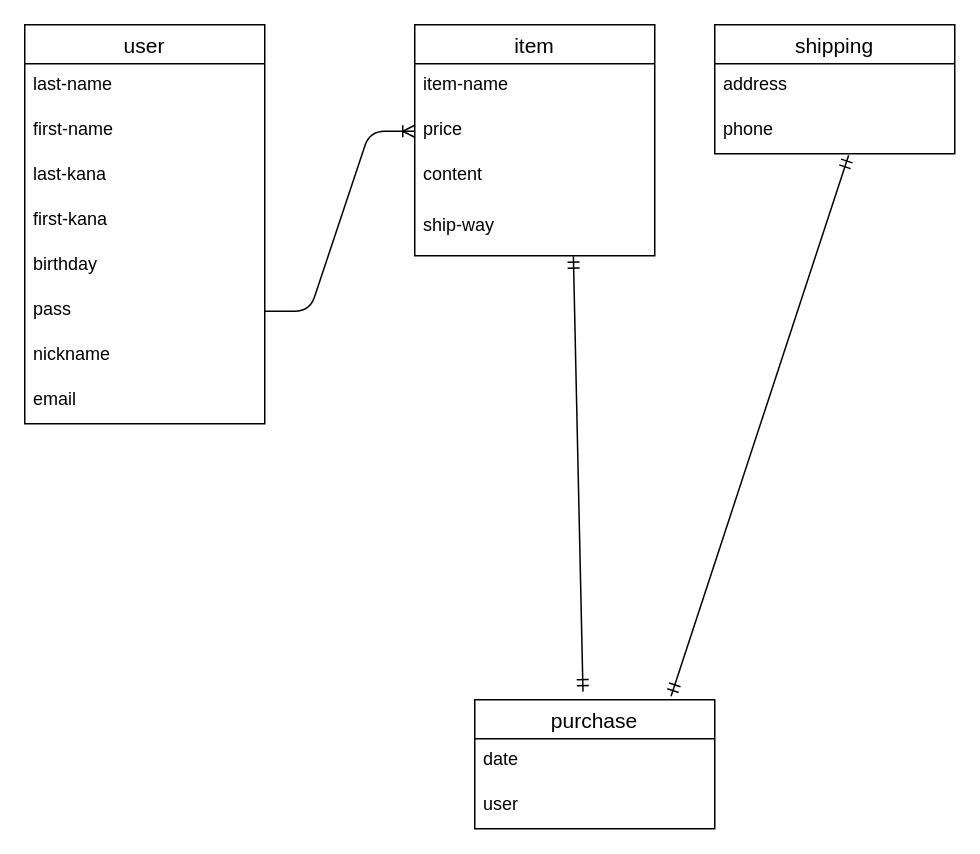
Above: er.dio in ericaohashi/furima-37450 (draw.io), before the change. Source tidied: cells renumbered, new cells numbered last; positions are measured from the earlier drawing's top-left corner, leaving out a move shared by most shapes. Both pictures are drawn from the tidied source at 150%, with x=0, y=0 at pixel (24, 24).
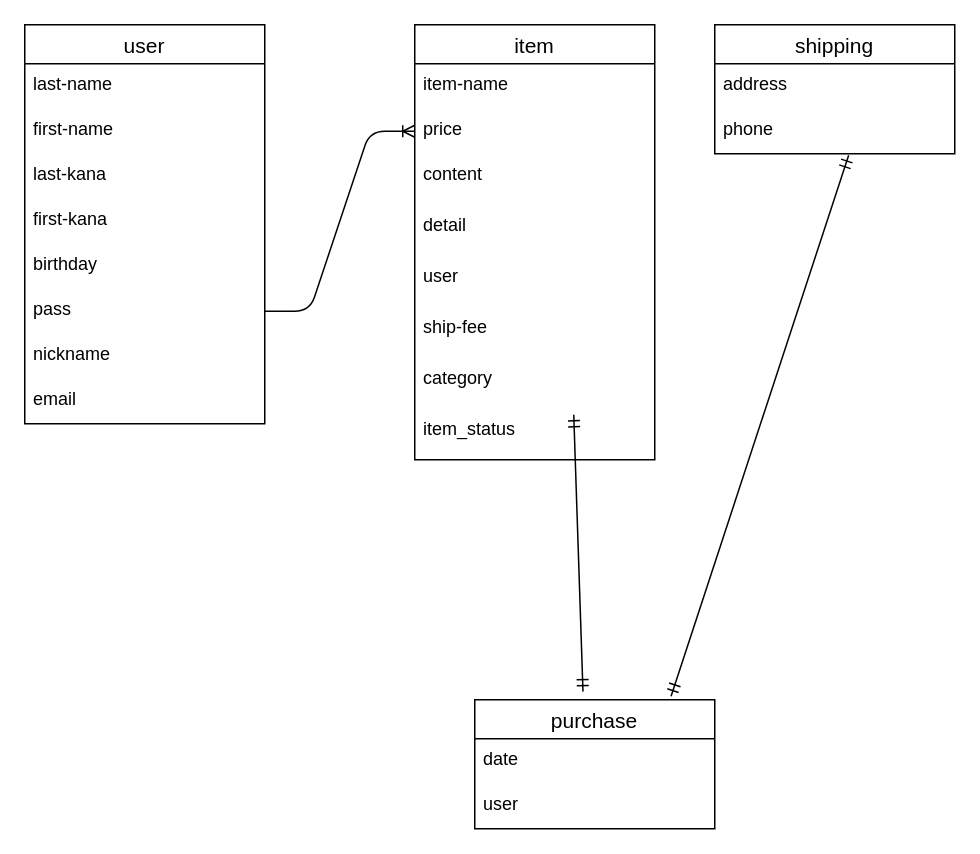
After the change.

Commit message (it also covers changes not shown here):
データベースの修正２

https://gyazo.com/66e829eb712d8b6fdf33384696e24365

The change refers to these unchanged cells:
```xml
<mxCell id="19" value="purchase" style="swimlane;fontStyle=0;horizontal=1;startSize=26;align=center;fontSize=14;" parent="1" vertex="1">
  <mxGeometry x="300" y="450" width="160" height="86" as="geometry" />
</mxCell>
```

The edit, as a diff of the source:
```diff
@@
     <mxCell id="11" value="item" style="swimlane;fontStyle=0;horizontal=1;startSize=26;align=center;fontSize=14;" parent="1" vertex="1">
-      <mxGeometry x="260" width="160" height="154" as="geometry" />
+      <mxGeometry x="260" width="160" height="290" as="geometry" />
     </mxCell>
@@
+    <mxCell id="25" value="content" style="text;strokeColor=none;fillColor=none;spacingLeft=4;spacingRight=4;overflow=hidden;fontSize=12;" parent="11" vertex="1">
+      <mxGeometry y="86" width="160" height="34" as="geometry" />
+    </mxCell>
+    <mxCell id="26" value="detail" style="text;strokeColor=none;fillColor=none;spacingLeft=4;spacingRight=4;overflow=hidden;fontSize=12;" parent="11" vertex="1">
+      <mxGeometry y="120" width="160" height="34" as="geometry" />
+    </mxCell>
-    <mxCell id="14" value="content" style="text;strokeColor=none;fillColor=none;spacingLeft=4;spacingRight=4;overflow=hidden;fontSize=12;" parent="11" vertex="1">
-      <mxGeometry y="86" width="160" height="34" as="geometry" />
+    <mxCell id="14" value="user" style="text;strokeColor=none;fillColor=none;spacingLeft=4;spacingRight=4;overflow=hidden;fontSize=12;" parent="11" vertex="1">
+      <mxGeometry y="154" width="160" height="34" as="geometry" />
     </mxCell>
-    <mxCell id="15" value="ship-way" style="text;strokeColor=none;fillColor=none;spacingLeft=4;spacingRight=4;overflow=hidden;points=[[0,0.5],[1,0.5]];portConstraint=eastwest;fontSize=12;" parent="11" vertex="1">
-      <mxGeometry y="120" width="160" height="34" as="geometry" />
-    </mxCell>
+    <mxCell id="27" value="ship-fee" style="text;strokeColor=none;fillColor=none;spacingLeft=4;spacingRight=4;overflow=hidden;fontSize=12;" parent="11" vertex="1">
+      <mxGeometry y="188" width="160" height="34" as="geometry" />
+    </mxCell>
+    <mxCell id="28" value="category" style="text;strokeColor=none;fillColor=none;spacingLeft=4;spacingRight=4;overflow=hidden;fontSize=12;" parent="11" vertex="1">
+      <mxGeometry y="222" width="160" height="34" as="geometry" />
+    </mxCell>
+    <mxCell id="29" value="item_status" style="text;strokeColor=none;fillColor=none;spacingLeft=4;spacingRight=4;overflow=hidden;fontSize=12;" parent="11" vertex="1">
+      <mxGeometry y="256" width="160" height="34" as="geometry" />
+    </mxCell>
@@
-    <mxCell id="23" style="fontSize=12;html=1;endArrow=ERmandOne;startArrow=ERmandOne;exitX=0.451;exitY=-0.063;exitDx=0;exitDy=0;exitPerimeter=0;entryX=0.661;entryY=1.008;entryDx=0;entryDy=0;entryPerimeter=0;" parent="1" edge="1" source="19" target="15">
-      <mxGeometry relative="1" as="geometry" />
+    <mxCell id="23" style="fontSize=12;html=1;endArrow=ERmandOne;startArrow=ERmandOne;exitX=0.451;exitY=-0.063;exitDx=0;exitDy=0;exitPerimeter=0;" parent="1" edge="1" source="19">
+      <mxGeometry relative="1" as="geometry">
+        <mxPoint x="366" y="260" as="targetPoint" />
+      </mxGeometry>
     </mxCell>
```
